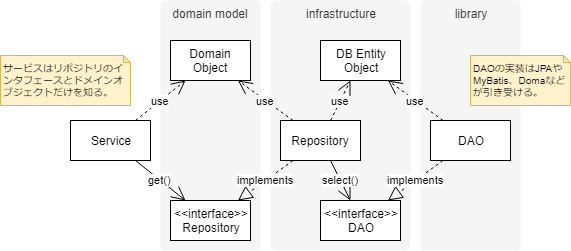
Earlier version of the draw.io export images/2018-03-05-use-repository-and-dao-according-to-the-purpose/class-diagram.png (blog-fukuchiharuki-me/blog-fukuchiharuki-me.github.io). Source tidied: cells renumbered, new cells last; positions are measured from the earlier drawing's top-left corner, leaving out a move shared by most shapes. Its diagram source:
```xml
<mxGraphModel>
  <root>
    <mxCell id="0" />
    <mxCell id="1" parent="0" />
    <mxCell id="2" value="library" style="rounded=1;whiteSpace=wrap;html=1;fillColor=#f5f5f5;strokeColor=none;fontColor=#333333;arcSize=4;verticalAlign=top;" parent="1" vertex="1">
      <mxGeometry x="420" width="100" height="250" as="geometry" />
    </mxCell>
    <mxCell id="3" value="infrastructure" style="rounded=1;whiteSpace=wrap;html=1;fillColor=#f5f5f5;strokeColor=none;fontColor=#333333;arcSize=4;verticalAlign=top;" parent="1" vertex="1">
      <mxGeometry x="270" width="140" height="250" as="geometry" />
    </mxCell>
    <mxCell id="4" value="domain model" style="rounded=1;whiteSpace=wrap;html=1;fillColor=#f5f5f5;strokeColor=none;fontColor=#333333;arcSize=4;verticalAlign=top;" parent="1" vertex="1">
      <mxGeometry x="160" width="100" height="250" as="geometry" />
    </mxCell>
    <mxCell id="5" value="Service" style="rounded=0;whiteSpace=wrap;html=1;" parent="1" vertex="1">
      <mxGeometry x="70" y="120" width="80" height="40" as="geometry" />
    </mxCell>
    <mxCell id="6" value="Repository" style="rounded=0;whiteSpace=wrap;html=1;" parent="1" vertex="1">
      <mxGeometry x="280" y="120" width="80" height="40" as="geometry" />
    </mxCell>
    <mxCell id="7" value="&amp;lt;&amp;lt;interface&amp;gt;&amp;gt;&lt;br&gt;Repository" style="rounded=0;whiteSpace=wrap;html=1;" parent="1" vertex="1">
      <mxGeometry x="170" y="200" width="80" height="40" as="geometry" />
    </mxCell>
    <mxCell id="8" value="&amp;lt;&amp;lt;interface&amp;gt;&amp;gt;&lt;br&gt;DAO" style="rounded=0;whiteSpace=wrap;html=1;" parent="1" vertex="1">
      <mxGeometry x="320" y="200" width="80" height="40" as="geometry" />
    </mxCell>
    <mxCell id="9" value="DAO" style="rounded=0;whiteSpace=wrap;html=1;" parent="1" vertex="1">
      <mxGeometry x="430" y="120" width="80" height="40" as="geometry" />
    </mxCell>
    <mxCell id="10" value="Domain&lt;br&gt;Object" style="rounded=0;whiteSpace=wrap;html=1;" parent="1" vertex="1">
      <mxGeometry x="170" y="40" width="80" height="40" as="geometry" />
    </mxCell>
    <mxCell id="11" value="DB Entity&lt;br&gt;Object" style="rounded=0;whiteSpace=wrap;html=1;" parent="1" vertex="1">
      <mxGeometry x="320" y="40" width="80" height="40" as="geometry" />
    </mxCell>
    <mxCell id="12" value="implements" style="endArrow=block;dashed=1;endFill=0;endSize=12;html=1;" parent="1" edge="1" source="6" target="7">
      <mxGeometry relative="1" as="geometry" />
    </mxCell>
    <mxCell id="13" value="implements" style="endArrow=block;dashed=1;endFill=0;endSize=12;html=1;" parent="1" edge="1" source="9" target="8">
      <mxGeometry relative="1" as="geometry" />
    </mxCell>
    <mxCell id="14" value="get()" style="endArrow=open;endFill=1;endSize=12;html=1;" parent="1" edge="1" source="5" target="7">
      <mxGeometry relative="1" as="geometry" />
    </mxCell>
    <mxCell id="15" value="select()" style="endArrow=open;endFill=1;endSize=12;html=1;" parent="1" edge="1" source="6" target="8">
      <mxGeometry relative="1" as="geometry" />
    </mxCell>
    <mxCell id="16" value="use" style="endArrow=open;endSize=12;dashed=1;html=1;" parent="1" edge="1" source="5" target="10">
      <mxGeometry relative="1" as="geometry" />
    </mxCell>
    <mxCell id="17" value="use" style="endArrow=open;endSize=12;dashed=1;html=1;" parent="1" edge="1" source="6" target="11">
      <mxGeometry relative="1" as="geometry" />
    </mxCell>
    <mxCell id="18" value="use" style="endArrow=open;endSize=12;dashed=1;html=1;" parent="1" edge="1" source="6" target="10">
      <mxGeometry relative="1" as="geometry" />
    </mxCell>
    <mxCell id="19" value="use" style="endArrow=open;endSize=12;dashed=1;html=1;" parent="1" edge="1" source="9" target="11">
      <mxGeometry relative="1" as="geometry" />
    </mxCell>
    <mxCell id="20" value="サービスはリポジトリのインタフェースとドメインオブジェクトだけを知る。" style="shape=note;whiteSpace=wrap;html=1;backgroundOutline=1;darkOpacity=0.05;size=7;align=left;fontSize=10;fillColor=#fff2cc;strokeColor=#d6b656;" parent="1" vertex="1">
      <mxGeometry y="55" width="130" height="50" as="geometry" />
    </mxCell>
    <mxCell id="21" value="DAOの実装はJPAやMyBatis、Domaなどが引き受ける。" style="shape=note;whiteSpace=wrap;html=1;backgroundOutline=1;darkOpacity=0.05;size=7;align=left;fontSize=10;fillColor=#fff2cc;strokeColor=#d6b656;" parent="1" vertex="1">
      <mxGeometry x="470" y="55" width="100" height="50" as="geometry" />
    </mxCell>
  </root>
</mxGraphModel>
```
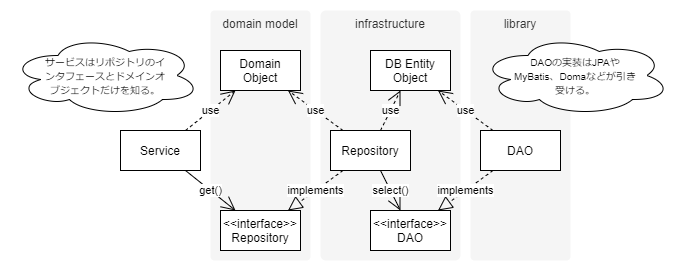
Above is the later version.

The edit, as a diff of the source:
```diff
@@ -56,11 +56,11 @@
     <mxCell id="19" value="use" style="endArrow=open;endSize=12;dashed=1;html=1;" parent="1" edge="1" source="9" target="11">
       <mxGeometry relative="1" as="geometry" />
     </mxCell>
-    <mxCell id="20" value="サービスはリポジトリのインタフェースとドメインオブジェクトだけを知る。" style="shape=note;whiteSpace=wrap;html=1;backgroundOutline=1;darkOpacity=0.05;size=7;align=left;fontSize=10;fillColor=#fff2cc;strokeColor=#d6b656;" parent="1" vertex="1">
-      <mxGeometry y="55" width="130" height="50" as="geometry" />
+    <mxCell id="20" value="&lt;span style=&quot;font-size: 10px ; text-align: left ; white-space: normal&quot;&gt;サービスはリポジトリのインタフェースとドメインオブジェクトだけを知る。&lt;/span&gt;" style="ellipse;shape=cloud;whiteSpace=wrap;html=1;spacingRight=32;spacingLeft=32;" parent="1" vertex="1">
+      <mxGeometry x="-40" y="25" width="190" height="80" as="geometry" />
     </mxCell>
-    <mxCell id="21" value="DAOの実装はJPAやMyBatis、Domaなどが引き受ける。" style="shape=note;whiteSpace=wrap;html=1;backgroundOutline=1;darkOpacity=0.05;size=7;align=left;fontSize=10;fillColor=#fff2cc;strokeColor=#d6b656;" parent="1" vertex="1">
-      <mxGeometry x="470" y="55" width="100" height="50" as="geometry" />
+    <mxCell id="21" value="&lt;span style=&quot;font-size: 10px ; text-align: left&quot;&gt;DAOの実装はJPAやMyBatis、Domaなどが引き受ける。&lt;/span&gt;" style="ellipse;shape=cloud;whiteSpace=wrap;html=1;spacingRight=32;spacingLeft=32;" parent="1" vertex="1">
+      <mxGeometry x="430" y="25" width="190" height="80" as="geometry" />
     </mxCell>
   </root>
 </mxGraphModel>
```
